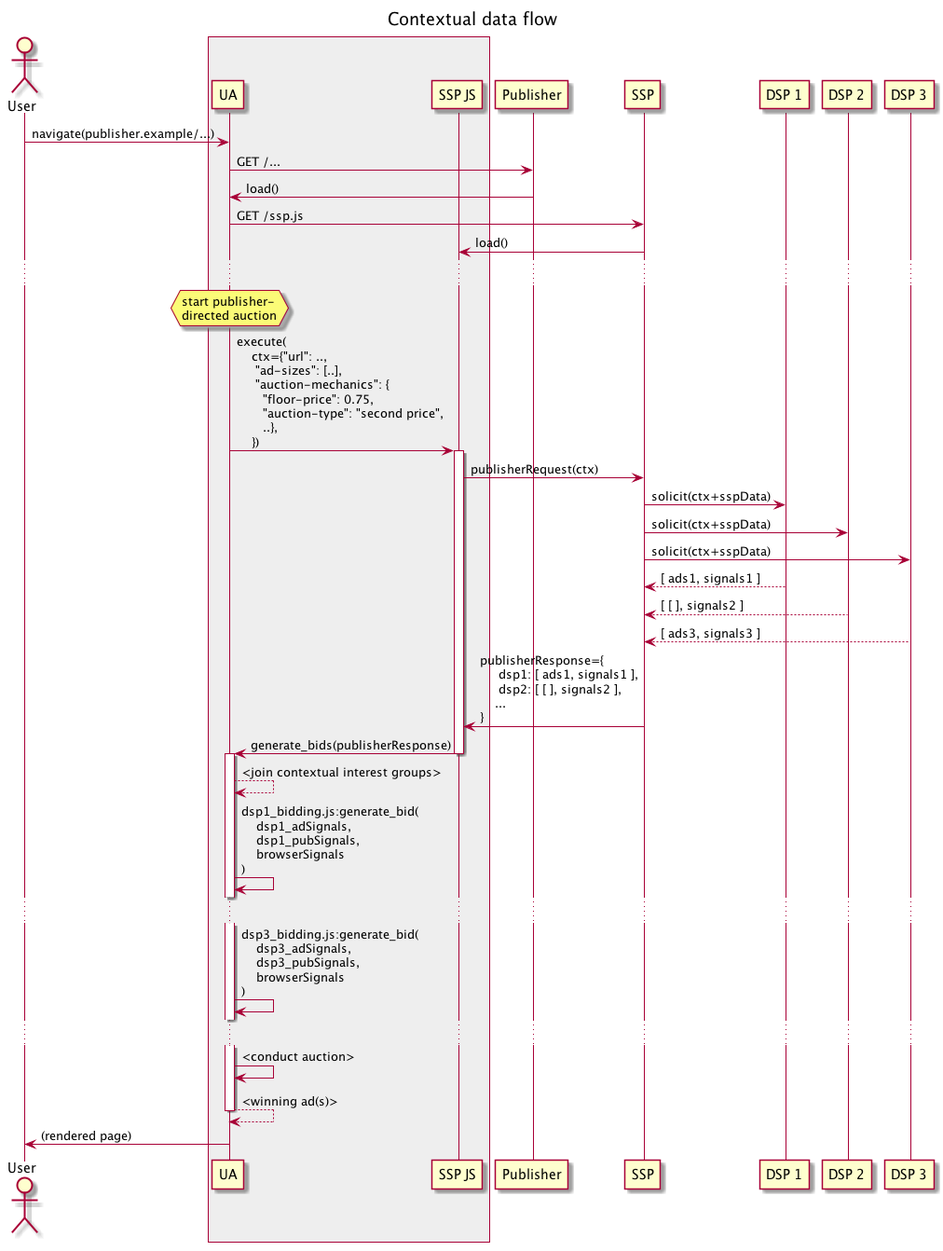
Before: assets/TERN/img/3_publisher_data.png, a diagram exported from PlantUML (WICG/turtledove). Its source is kept beside it as assets/TERN/3_publisher_data.plantuml.
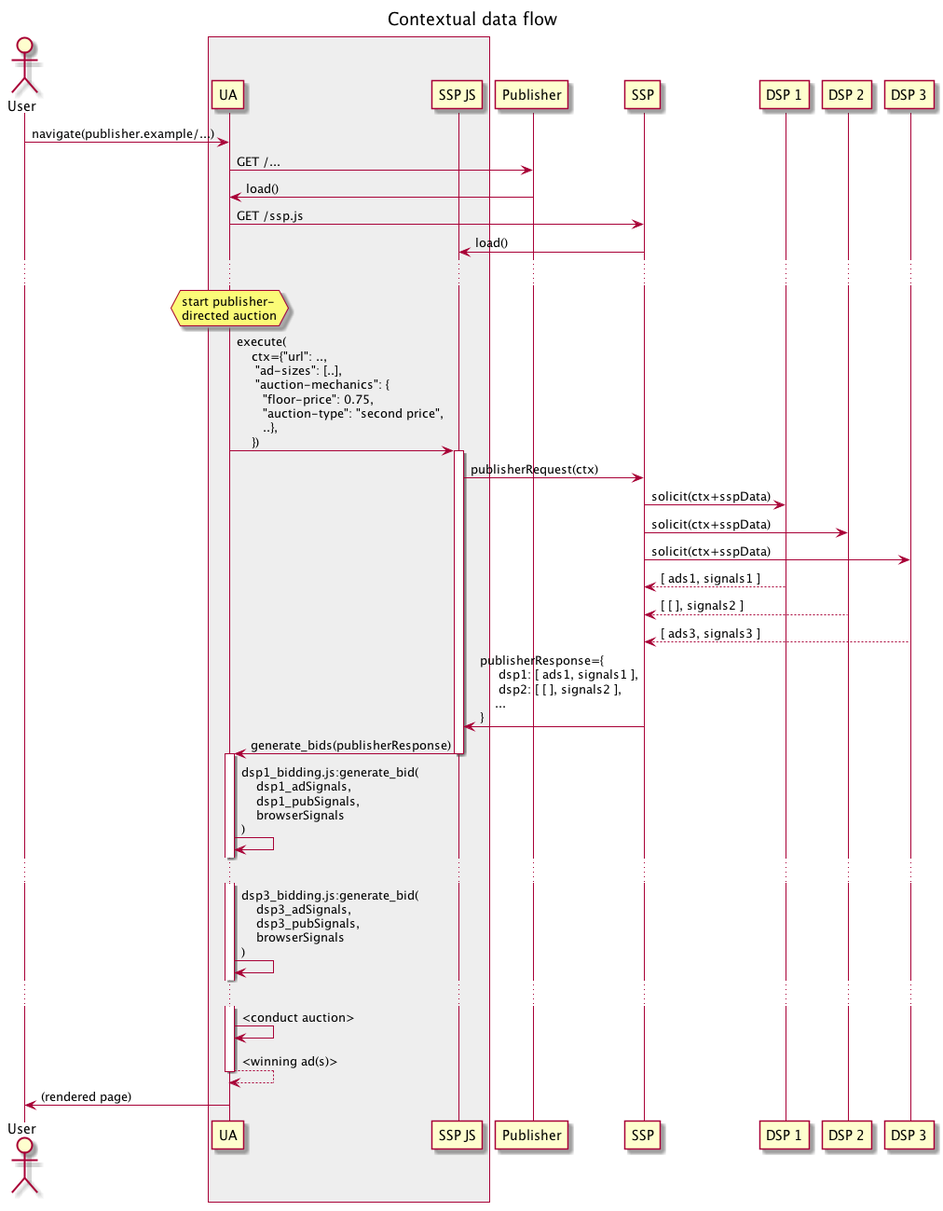
After the change.

Commit message:
Updated images to remove contextual interest groups

Change to the diagram source:
```diff
@@ -43,7 +43,6 @@
 
 activate ua
 
-ua --> ua : <join contextual interest groups>
 ua -> ua : dsp1_bidding.js:generate_bid(\n    dsp1_adSignals,\n    dsp1_pubSignals,\n    browserSignals\n)
 ...
 ua -> ua : dsp3_bidding.js:generate_bid(\n    dsp3_adSignals,\n    dsp3_pubSignals,\n    browserSignals\n)
```
